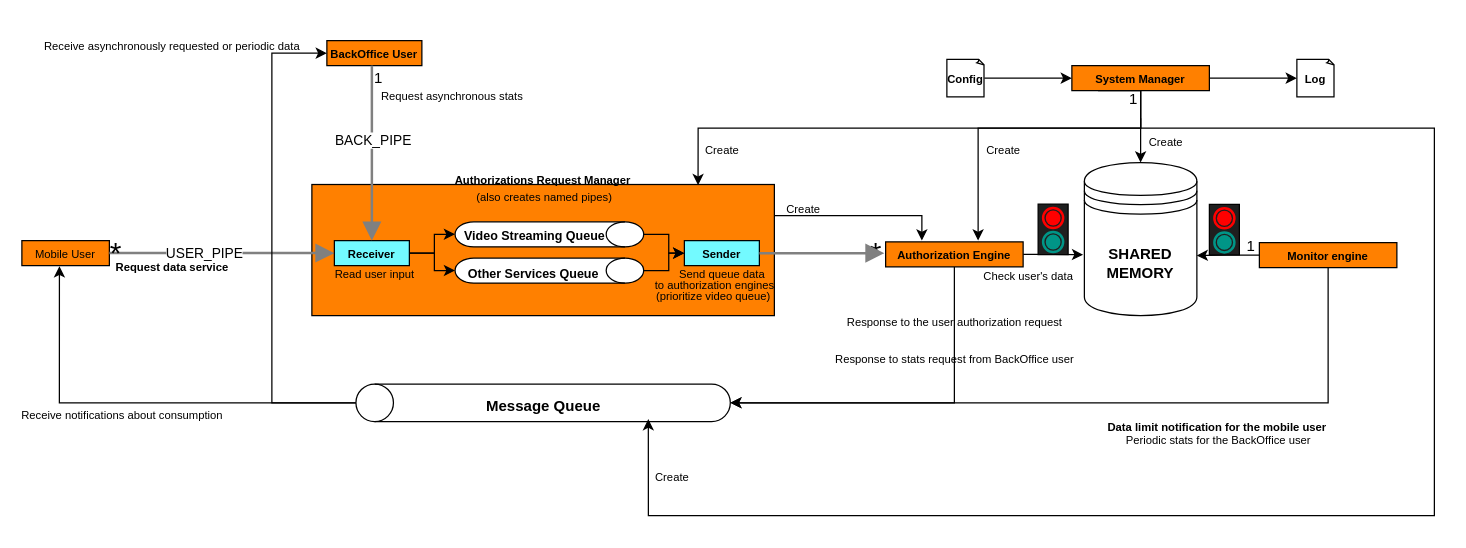
Above: Diagram.drawio in NunoMBatista/SO-Final-Project (draw.io), before the change. Source tidied: cells renumbered, new cells numbered last; positions are measured from the earlier drawing's top-left corner, leaving out a move shared by most shapes. Both pictures are drawn from the tidied source at 125%, with x=0, y=0 at pixel (21, 21).
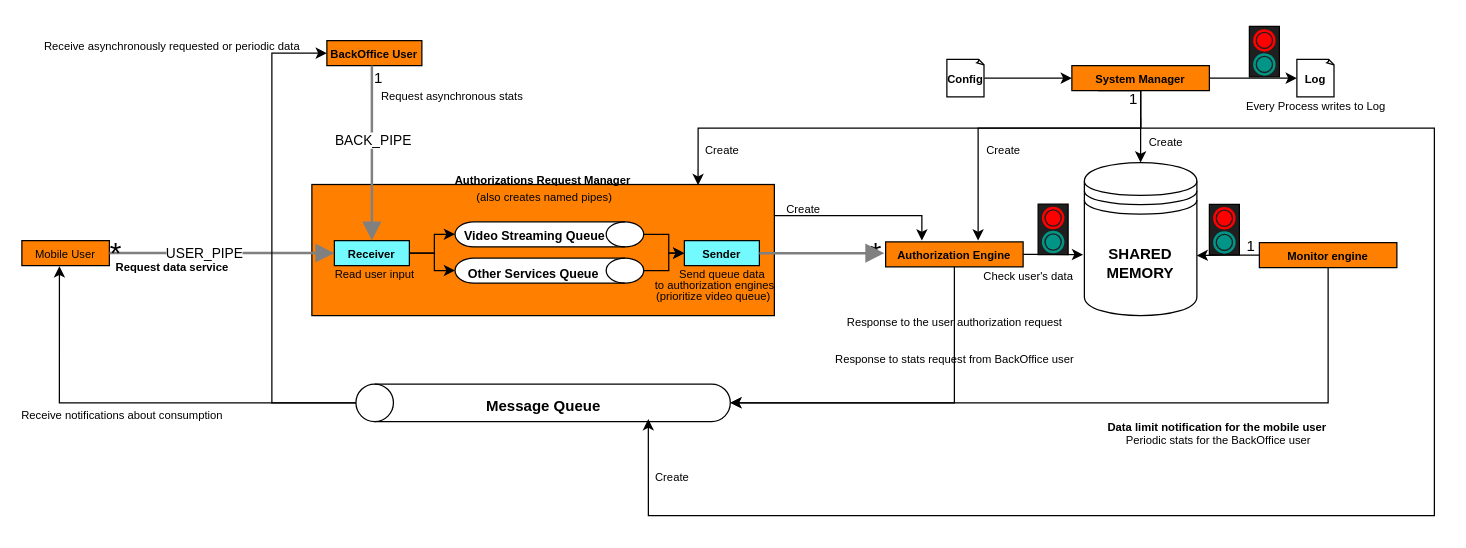
The same diagram, later.

Change to the diagram source:
```diff
@@
+    <mxCell id="69" style="rounded=0;whiteSpace=wrap;html=1;fillColor=#1F1F1F;" parent="1" vertex="1">
+      <mxGeometry x="982" y="3.6" width="24" height="40.4" as="geometry" />
+    </mxCell>
+    <mxCell id="70" style="dashed=0;labelPosition=right;align=left;shape=mxgraph.gmdl.radiobutton;strokeColor=#009587;fillColor=#009587;strokeWidth=2;sketch=0;html=1;" parent="1" vertex="1">
+      <mxGeometry x="986" y="26" width="16" height="16" as="geometry" />
+    </mxCell>
+    <mxCell id="71" style="dashed=0;labelPosition=right;align=left;shape=mxgraph.gmdl.radiobutton;strokeColor=#FF0000;fillColor=#FF0000;strokeWidth=2;sketch=0;html=1;" parent="1" vertex="1">
+      <mxGeometry x="986" y="6.8" width="16" height="16" as="geometry" />
+    </mxCell>
+    <mxCell id="72" value="&lt;div&gt;&lt;font style=&quot;font-size: 9px;&quot;&gt;Every Process writes to Log &lt;/font&gt;&lt;/div&gt;" style="text;strokeColor=none;fillColor=none;html=1;fontSize=24;fontStyle=0;verticalAlign=middle;align=center;rotation=0;" parent="1" vertex="1">
+      <mxGeometry x="1020" y="48" width="30" height="30" as="geometry" />
+    </mxCell>
```
